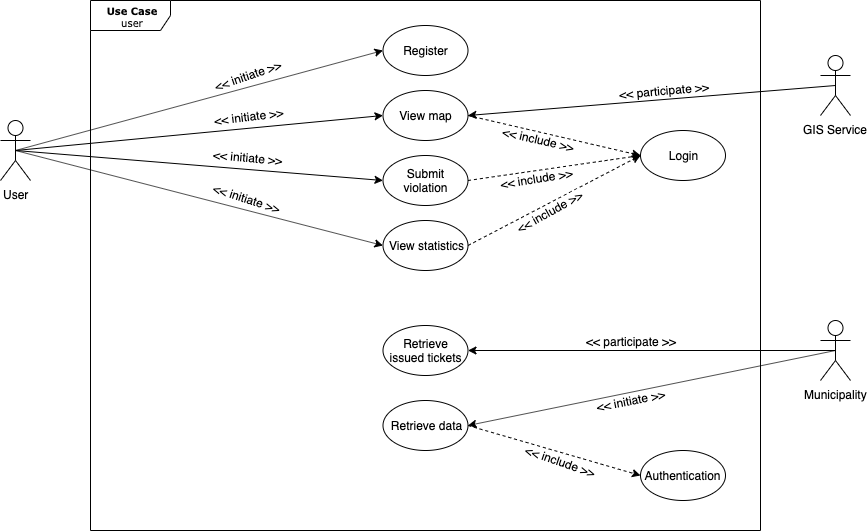
Above: Releases/RASD/img/diagrams/UseCaseDiagram.png in amecava/safestreets (draw.io), before the change. Source tidied: cells renumbered, new cells last; positions are measured from the earlier drawing's top-left corner, leaving out a move shared by most shapes.
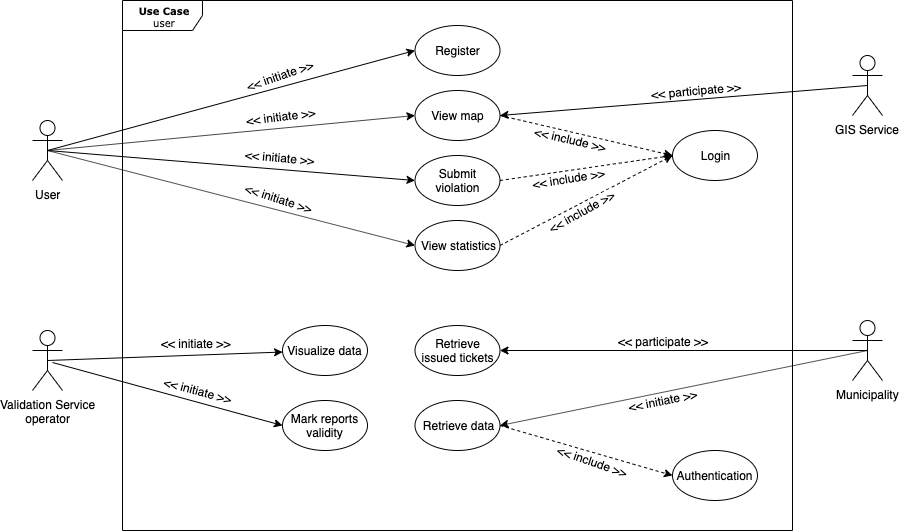
Later version of the same file.

Change to the diagram source:
```diff
@@ -126,5 +126,32 @@
     <mxCell id="35" value="Authentication" style="ellipse;whiteSpace=wrap;html=1;" parent="1" vertex="1">
       <mxGeometry x="640" y="450" width="85" height="50" as="geometry" />
     </mxCell>
+    <mxCell id="36" value="Visualize data" style="ellipse;whiteSpace=wrap;html=1;" parent="1" vertex="1">
+      <mxGeometry x="250" y="325" width="85" height="50" as="geometry" />
+    </mxCell>
+    <mxCell id="37" value="Mark reports validity" style="ellipse;whiteSpace=wrap;html=1;" parent="1" vertex="1">
+      <mxGeometry x="250" y="400" width="85" height="50" as="geometry" />
+    </mxCell>
+    <mxCell id="38" value="Validation Service&lt;br&gt;operator" style="shape=umlActor;verticalLabelPosition=bottom;labelBackgroundColor=#ffffff;verticalAlign=top;html=1;outlineConnect=0;" parent="1" vertex="1">
+      <mxGeometry y="330" width="30" height="60" as="geometry" />
+    </mxCell>
+    <mxCell id="39" style="endArrow=classic;html=1;exitX=0.5;exitY=0.5;exitDx=0;exitDy=0;exitPerimeter=0;" parent="1" edge="1" source="38" target="36">
+      <mxGeometry relative="1" as="geometry" />
+    </mxCell>
+    <mxCell id="40" value="&amp;lt;&amp;lt; initiate &amp;gt;&amp;gt;" style="text;html=1;align=center;verticalAlign=middle;labelBackgroundColor=#ffffff;rotation=0;" parent="39" vertex="1">
+      <mxGeometry x="0.26" y="-1" relative="1" as="geometry">
+        <mxPoint x="0.5" y="-13" as="offset" />
+      </mxGeometry>
+    </mxCell>
+    <mxCell id="41" style="endArrow=classic;html=1;entryX=0;entryY=0.5;entryDx=0;entryDy=0;" parent="1" edge="1" target="37">
+      <mxGeometry relative="1" as="geometry">
+        <mxPoint x="20" y="362" as="sourcePoint" />
+      </mxGeometry>
+    </mxCell>
+    <mxCell id="42" value="&amp;lt;&amp;lt; initiate &amp;gt;&amp;gt;" style="text;html=1;align=center;verticalAlign=middle;labelBackgroundColor=#ffffff;rotation=15;" parent="41" vertex="1">
+      <mxGeometry x="0.26" y="-1" relative="1" as="geometry">
+        <mxPoint x="0.5" y="-13" as="offset" />
+      </mxGeometry>
+    </mxCell>
   </root>
 </mxGraphModel>
```
